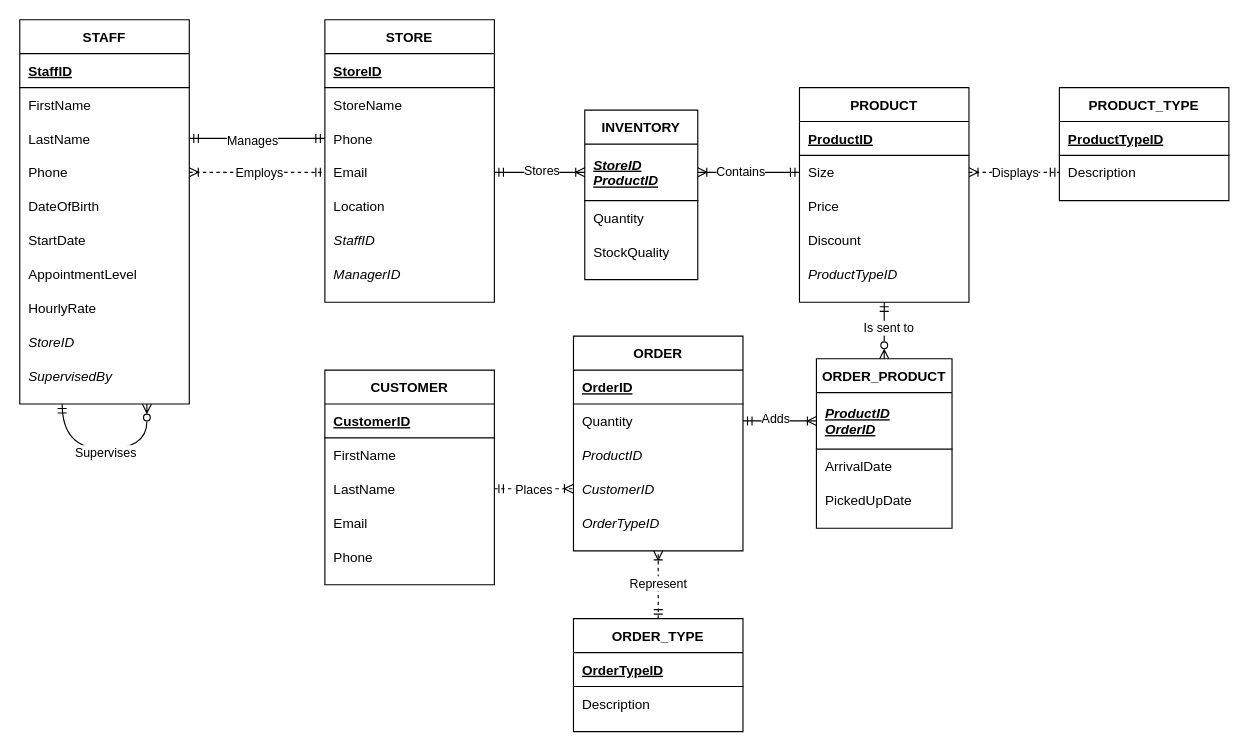
Before: FashionERD.drawio in keibee-yod-bst/2814ICT, a draw.io diagram. Source tidied: cells renumbered, new cells numbered last; positions are measured from the earlier drawing's top-left corner, leaving out a move shared by most shapes. Both pictures are drawn from the tidied source at 113%, with x=0, y=0 at pixel (19, 19).
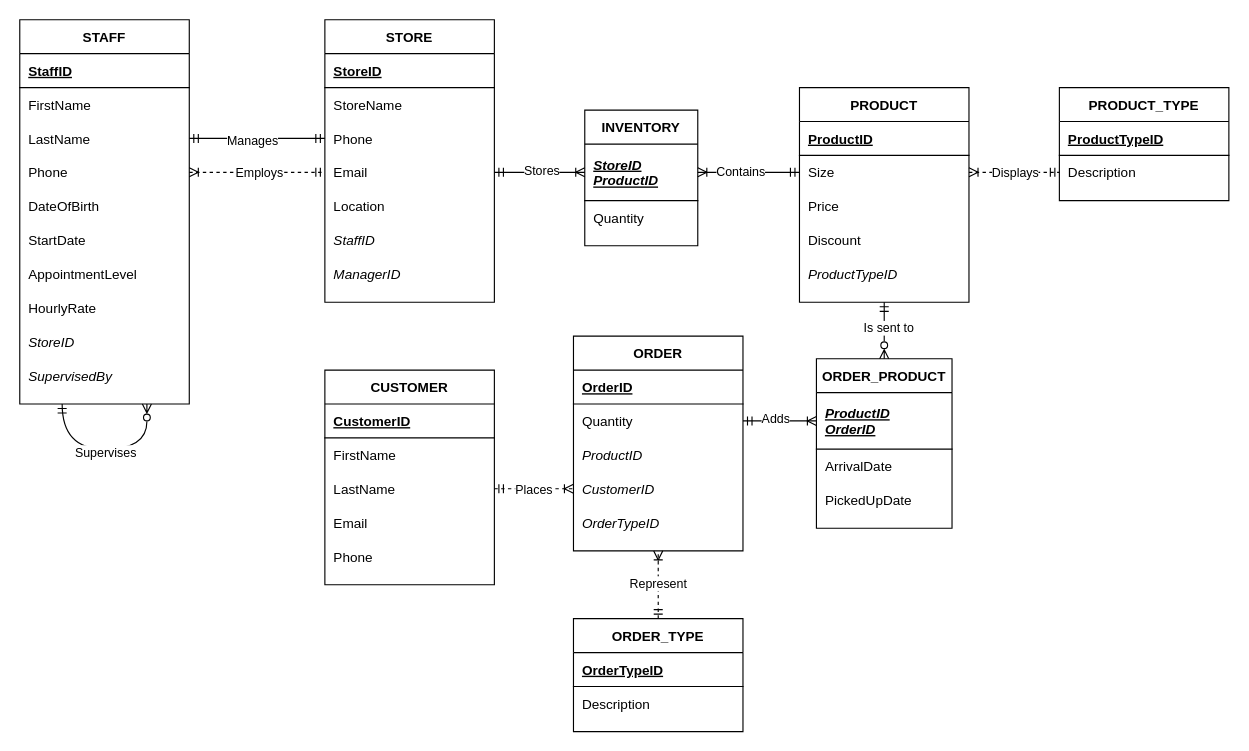
The same diagram, later.

What changed in the source:
```diff
@@
     <mxCell id="83" value="INVENTORY" style="shape=table;startSize=30;childLayout=tableLayout;rowLines=0;fontStyle=1;align=center;strokeColor=default;" parent="1" vertex="1">
-      <mxGeometry x="500" y="80" width="100" height="150" as="geometry" />
+      <mxGeometry x="500" y="80" width="100" height="120" as="geometry" />
     </mxCell>
@@
-    <mxCell id="88" style="shape=partialRectangle;fillColor=none;top=0;left=0;right=0;bottom=0;" parent="83" vertex="1">
-      <mxGeometry y="110" width="100" height="30" as="geometry" />
-    </mxCell>
-    <mxCell id="89" value="StockQuality" style="shape=partialRectangle;overflow=hidden;fillColor=none;top=0;left=0;bottom=0;right=0;align=left;spacingLeft=6;" parent="88" vertex="1">
-      <mxGeometry width="100" height="30" as="geometry" />
-    </mxCell>
```
